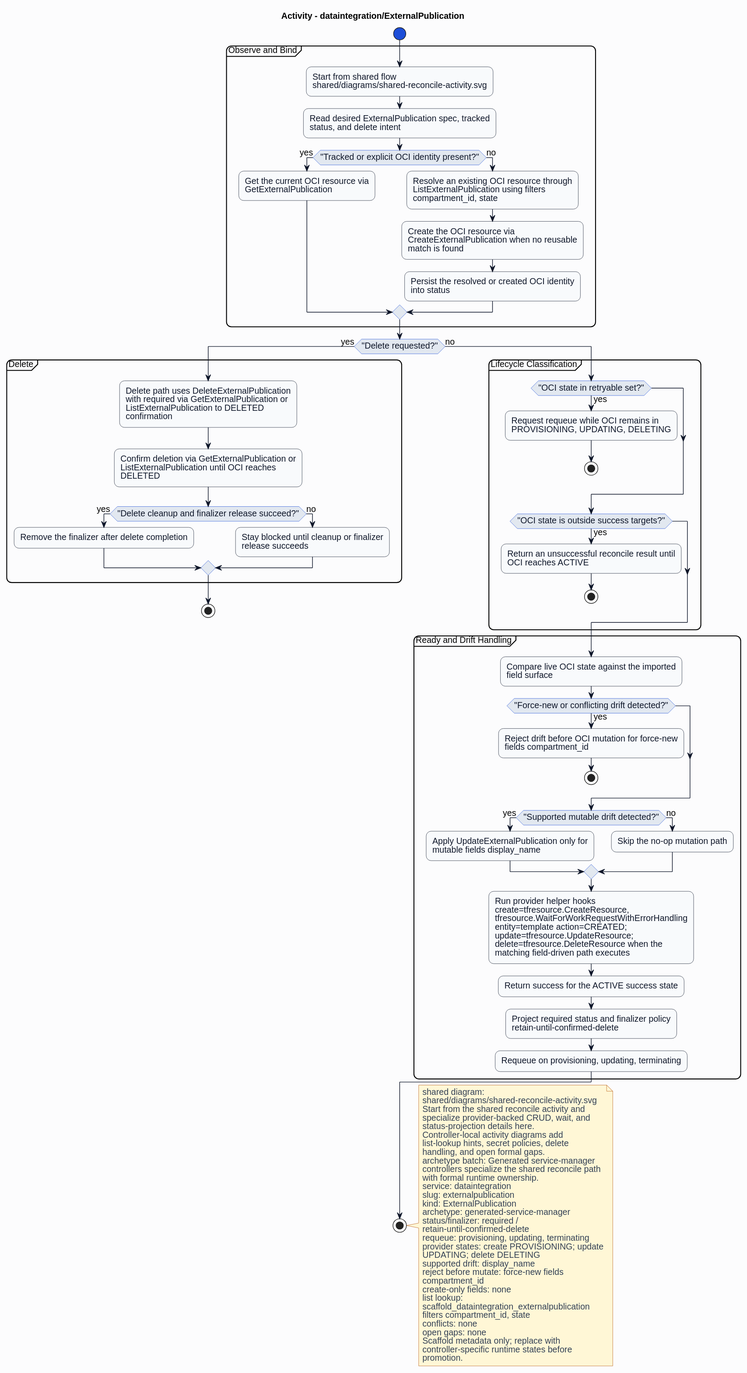
Above: formal/controllers/dataintegration/externalpublication/diagrams/activity.svg in HaoyL666/oci-service-operator (PlantUML), before the change.
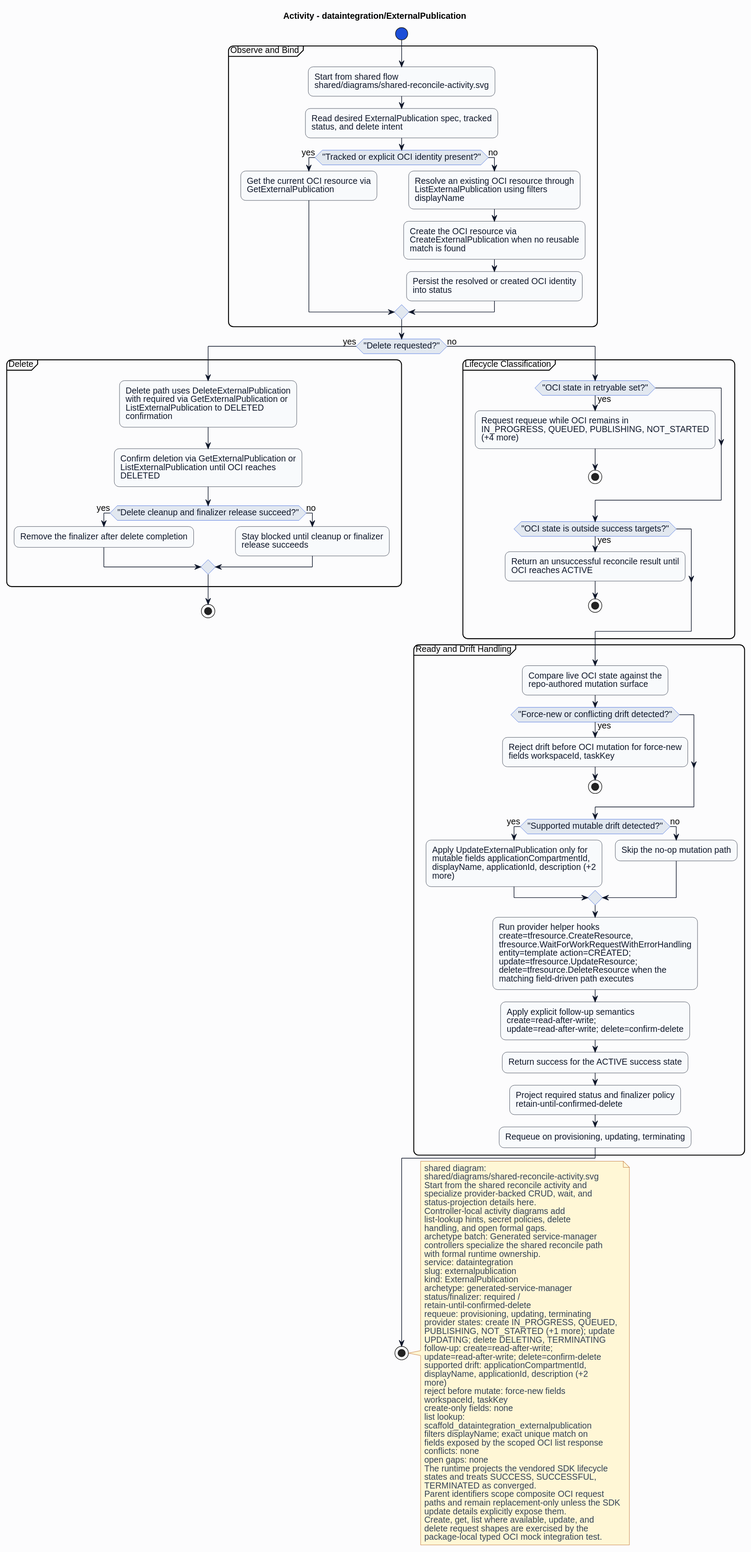
Above is the later version.

Diff of the diagram source:
```diff
@@ -27,7 +27,7 @@
 if ("Tracked or explicit OCI identity present?") then (yes)
 :Get the current OCI resource via\nGetExternalPublication;
 else (no)
-:Resolve an existing OCI resource through\nListExternalPublication using filters\ncompartment_id, state;
+:Resolve an existing OCI resource through\nListExternalPublication using filters\ndisplayName;
 :Create the OCI resource via\nCreateExternalPublication when no reusable\nmatch is found;
 :Persist the resolved or created OCI identity\ninto status;
 endif
@@ -46,7 +46,7 @@
 else (no)
 partition "Lifecycle Classification" {
 if ("OCI state in retryable set?") then (yes)
-:Request requeue while OCI remains in\nPROVISIONING, UPDATING, DELETING;
+:Request requeue while OCI remains in\nIN_PROGRESS, QUEUED, PUBLISHING, NOT_STARTED\n(+4 more);
 stop
 endif
 if ("OCI state is outside success targets?") then (yes)
@@ -55,17 +55,18 @@
 endif
 }
 partition "Ready and Drift Handling" {
-:Compare live OCI state against the imported\nfield surface;
+:Compare live OCI state against the\nrepo-authored mutation surface;
 if ("Force-new or conflicting drift detected?") then (yes)
-:Reject drift before OCI mutation for force-new\nfields compartment_id;
+:Reject drift before OCI mutation for force-new\nfields workspaceId, taskKey;
 stop
 endif
 if ("Supported mutable drift detected?") then (yes)
-:Apply UpdateExternalPublication only for\nmutable fields display_name;
+:Apply UpdateExternalPublication only for\nmutable fields applicationCompartmentId,\ndisplayName, applicationId, description (+2\nmore);
 else (no)
 :Skip the no-op mutation path;
 endif
 :Run provider helper hooks\ncreate=tfresource.CreateResource,\ntfresource.WaitForWorkRequestWithErrorHandling\nentity=template action=CREATED;\nupdate=tfresource.UpdateResource;\ndelete=tfresource.DeleteResource when the\nmatching field-driven path executes;
+:Apply explicit follow-up semantics\ncreate=read-after-write;\nupdate=read-after-write; delete=confirm-delete;
 :Return success for the ACTIVE success state;
 :Project required status and finalizer policy\nretain-until-confirmed-delete;
 :Requeue on provisioning, updating, terminating;
@@ -91,19 +92,31 @@
 status/finalizer: required /
 retain-until-confirmed-delete
 requeue: provisioning, updating, terminating
-provider states: create PROVISIONING; update
-UPDATING; delete DELETING
-supported drift: display_name
+provider states: create IN_PROGRESS, QUEUED,
+PUBLISHING, NOT_STARTED (+1 more); update
+UPDATING; delete DELETING, TERMINATING
+follow-up: create=read-after-write;
+update=read-after-write; delete=confirm-delete
+supported drift: applicationCompartmentId,
+displayName, applicationId, description (+2
+more)
 reject before mutate: force-new fields
-compartment_id
+workspaceId, taskKey
 create-only fields: none
 list lookup:
 scaffold_dataintegration_externalpublication
-filters compartment_id, state
+filters displayName; exact unique match on
+fields exposed by the scoped OCI list response
 conflicts: none
 open gaps: none
-Scaffold metadata only; replace with
-controller-specific runtime states before
-promotion.
+The runtime projects the vendored SDK lifecycle
+states and treats SUCCESS, SUCCESSFUL,
+TERMINATED as converged.
+Parent identifiers scope composite OCI request
+paths and remain replacement-only unless the SDK
+update details explicitly expose them.
+Create, get, list where available, update, and
+delete request shapes are exercised by the
+package-local typed OCI mock integration test.
 end note
 @enduml
```
